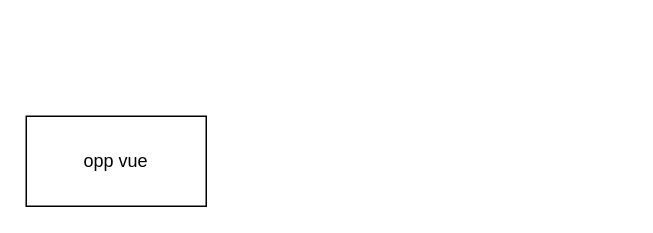
The draw.io diagram Untitled Diagram.drawio in asiFeng/draw.io, before the edit. Source tidied: cells renumbered, new cells numbered last; positions are measured from the earlier drawing's top-left corner, leaving out a move shared by most shapes. Both pictures are drawn from the tidied source at 150%, with x=0, y=0 at pixel (26, 116).
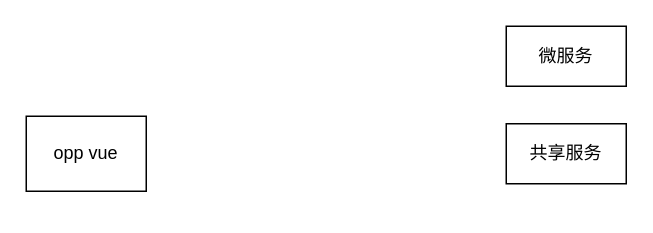
The same diagram, later.

Diff of the diagram source:
```diff
@@
 <mxGraphModel>
   <root>
     <mxCell id="0" />
     <mxCell id="1" parent="0" />
     <mxCell id="2" value="opp vue" style="rounded=0;whiteSpace=wrap;html=1;" parent="1" vertex="1">
-      <mxGeometry width="120" height="60" as="geometry" />
+      <mxGeometry width="80" height="50" as="geometry" />
     </mxCell>
+    <mxCell id="3" value="微服务" style="rounded=0;whiteSpace=wrap;html=1;" parent="1" vertex="1">
+      <mxGeometry x="320" y="-60" width="80" height="40" as="geometry" />
+    </mxCell>
+    <mxCell id="4" value="共享服务" style="rounded=0;whiteSpace=wrap;html=1;" parent="1" vertex="1">
+      <mxGeometry x="320" y="5" width="80" height="40" as="geometry" />
+    </mxCell>
   </root>
 </mxGraphModel>
```
